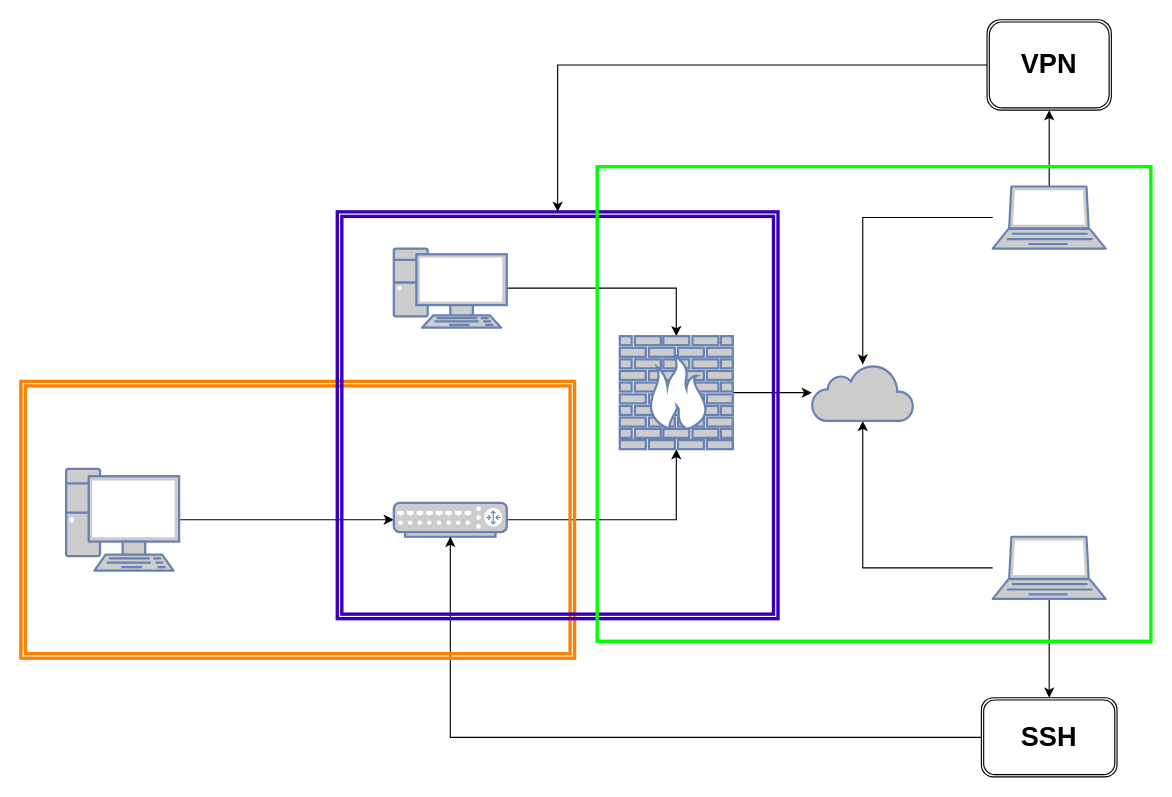
Before: Copy of network.drawio in ppvnf/diagramnetworklab2, a draw.io diagram. Source tidied: cells renumbered, new cells numbered last; positions are measured from the earlier drawing's top-left corner, leaving out a move shared by most shapes. Both pictures are drawn from the tidied source at 113%, with x=0, y=0 at pixel (20, 19).
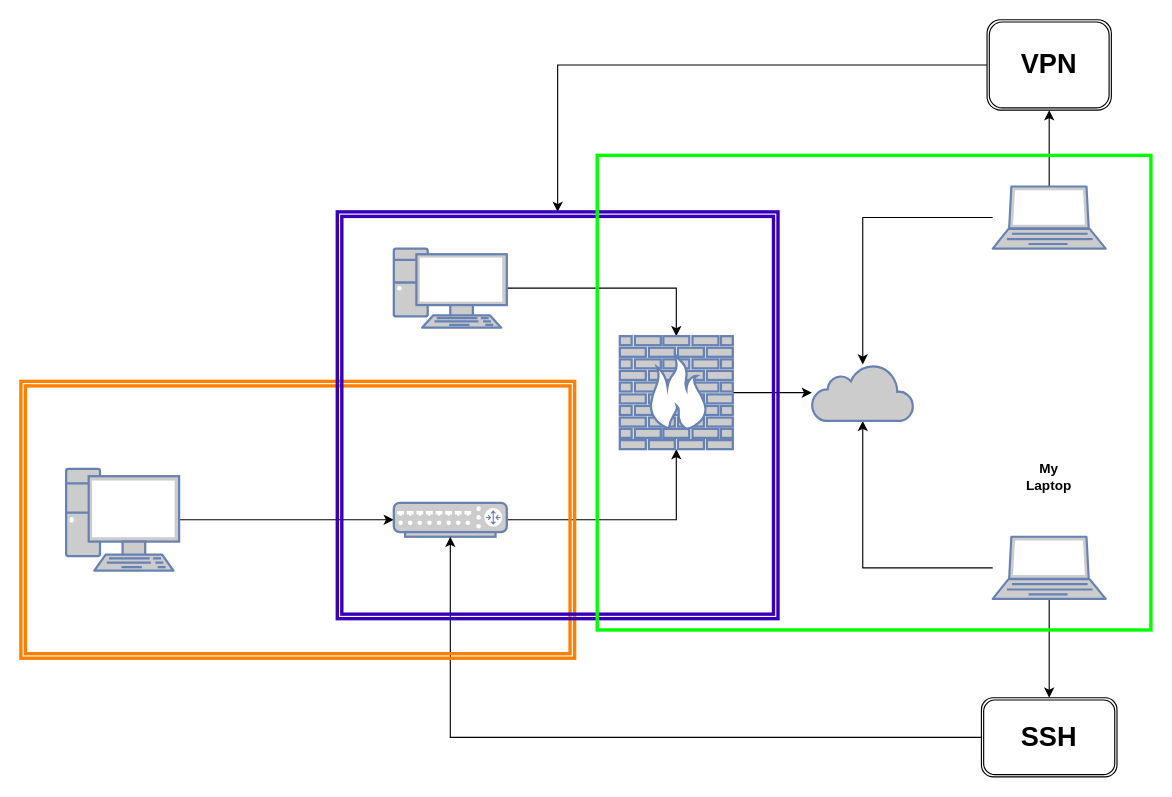
After the change.

What changed in the source:
```diff
@@
     <mxCell id="23" style="rounded=0;whiteSpace=wrap;html=1;fillColor=none;strokeColor=#00FF00;strokeWidth=3;" parent="1" vertex="1">
-      <mxGeometry x="510" y="130" width="490" height="420" as="geometry" />
+      <mxGeometry x="510" y="120" width="490" height="420" as="geometry" />
     </mxCell>
+    <mxCell id="24" value="My Laptop" style="text;html=1;align=center;verticalAlign=middle;whiteSpace=wrap;rounded=0;fontStyle=1;" parent="1" vertex="1">
+      <mxGeometry x="880" y="390" width="60" height="30" as="geometry" />
+    </mxCell>
```
